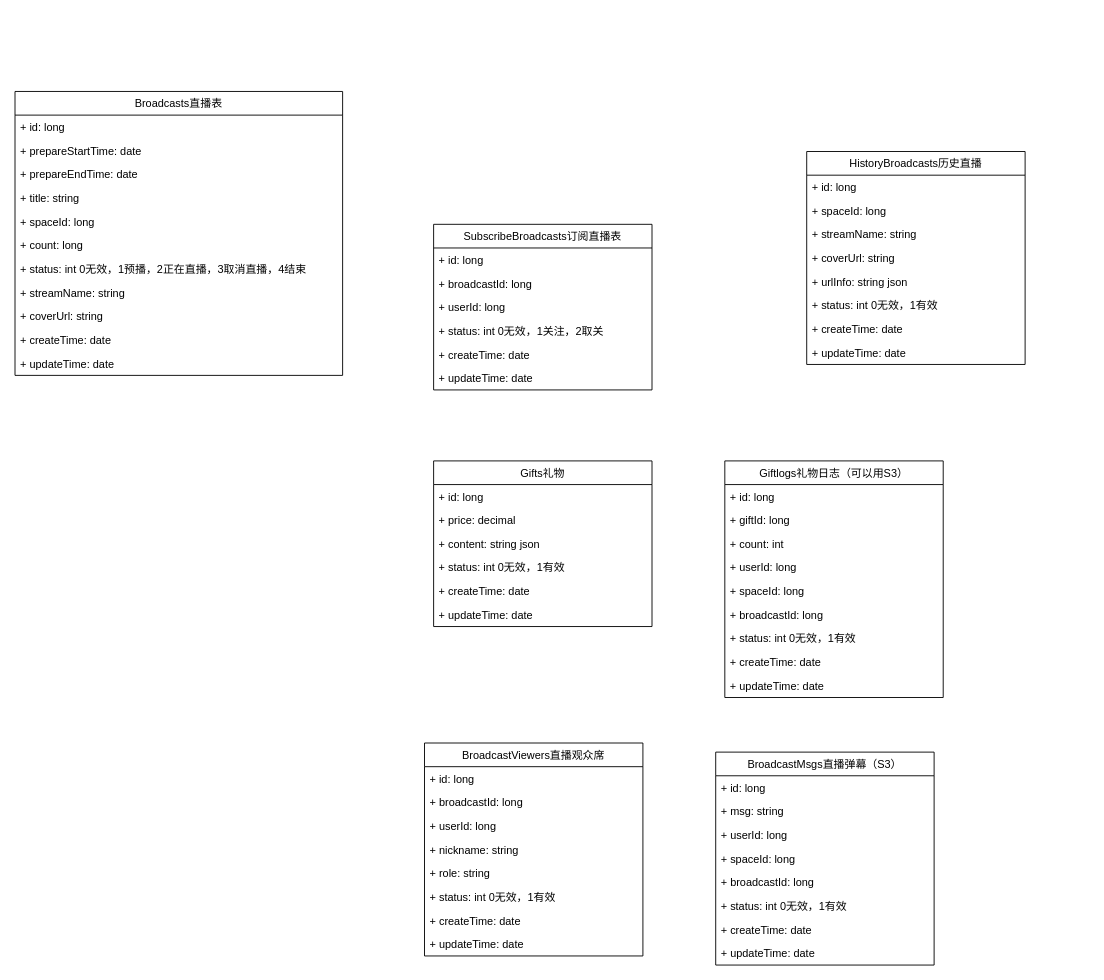
Before: 直播类图.drawio in qq584686739/draw, a draw.io diagram. Source tidied: cells renumbered, new cells numbered last; positions are measured from the earlier drawing's top-left corner, leaving out a move shared by most shapes. Both pictures are drawn from the tidied source at 91%, with x=0, y=0 at pixel (15, 91).
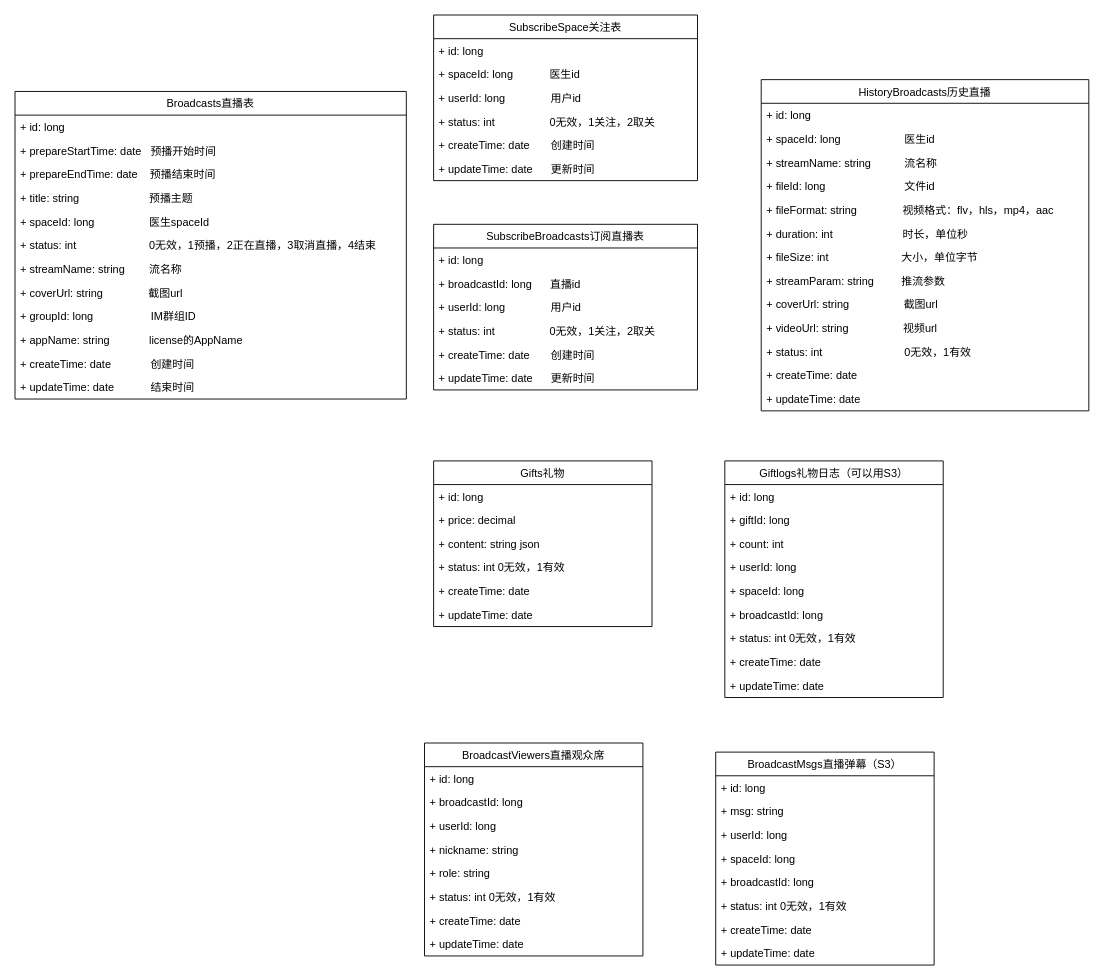
After the change.

What changed in the source:
```diff
@@
-    <mxCell id="2" value="HistoryBroadcasts历史直播" style="swimlane;fontStyle=0;horizontal=1;startSize=26;fillColor=none;" parent="1" vertex="1">
-      <mxGeometry x="870" y="66" width="240" height="234" as="geometry" />
-    </mxCell>
-    <mxCell id="3" value="+ id: long" style="text;strokeColor=none;fillColor=none;align=left;verticalAlign=top;spacingLeft=4;spacingRight=4;overflow=hidden;" parent="2" vertex="1">
-      <mxGeometry y="26" width="240" height="26" as="geometry" />
-    </mxCell>
-    <mxCell id="4" value="+ spaceId: long" style="text;strokeColor=none;fillColor=none;align=left;verticalAlign=top;spacingLeft=4;spacingRight=4;overflow=hidden;" parent="2" vertex="1">
-      <mxGeometry y="52" width="240" height="26" as="geometry" />
-    </mxCell>
-    <mxCell id="5" value="+ streamName: string" style="text;strokeColor=none;fillColor=none;align=left;verticalAlign=top;spacingLeft=4;spacingRight=4;overflow=hidden;" parent="2" vertex="1">
-      <mxGeometry y="78" width="240" height="26" as="geometry" />
-    </mxCell>
-    <mxCell id="6" value="+ coverUrl: string" style="text;strokeColor=none;fillColor=none;align=left;verticalAlign=top;spacingLeft=4;spacingRight=4;overflow=hidden;" parent="2" vertex="1">
-      <mxGeometry y="104" width="240" height="26" as="geometry" />
-    </mxCell>
-    <mxCell id="7" value="+ urlInfo: string json" style="text;strokeColor=none;fillColor=none;align=left;verticalAlign=top;spacingLeft=4;spacingRight=4;overflow=hidden;" parent="2" vertex="1">
-      <mxGeometry y="130" width="240" height="26" as="geometry" />
-    </mxCell>
-    <mxCell id="8" value="+ status: int 0无效，1有效" style="text;strokeColor=none;fillColor=none;align=left;verticalAlign=top;spacingLeft=4;spacingRight=4;overflow=hidden;" parent="2" vertex="1">
-      <mxGeometry y="156" width="240" height="26" as="geometry" />
-    </mxCell>
-    <mxCell id="9" value="+ createTime: date" style="text;strokeColor=none;fillColor=none;align=left;verticalAlign=top;spacingLeft=4;spacingRight=4;overflow=hidden;" parent="2" vertex="1">
-      <mxGeometry y="182" width="240" height="26" as="geometry" />
-    </mxCell>
-    <mxCell id="10" value="+ updateTime: date" style="text;strokeColor=none;fillColor=none;align=left;verticalAlign=top;spacingLeft=4;spacingRight=4;overflow=hidden;" parent="2" vertex="1">
-      <mxGeometry y="208" width="240" height="26" as="geometry" />
-    </mxCell>
     <mxCell id="11" value="Broadcasts直播表" style="swimlane;fontStyle=0;horizontal=1;startSize=26;fillColor=none;" parent="1" vertex="1">
-      <mxGeometry width="360" height="312" as="geometry" />
+      <mxGeometry width="430" height="338" as="geometry" />
     </mxCell>
     <mxCell id="12" value="+ id: long" style="text;strokeColor=none;fillColor=none;align=left;verticalAlign=top;spacingLeft=4;spacingRight=4;overflow=hidden;" parent="11" vertex="1">
-      <mxGeometry y="26" width="360" height="26" as="geometry" />
+      <mxGeometry y="26" width="430" height="26" as="geometry" />
     </mxCell>
-    <mxCell id="13" value="+ prepareStartTime: date" style="text;strokeColor=none;fillColor=none;align=left;verticalAlign=top;spacingLeft=4;spacingRight=4;overflow=hidden;" parent="11" vertex="1">
-      <mxGeometry y="52" width="360" height="26" as="geometry" />
+    <mxCell id="13" value="+ prepareStartTime: date   预播开始时间" style="text;strokeColor=none;fillColor=none;align=left;verticalAlign=top;spacingLeft=4;spacingRight=4;overflow=hidden;" parent="11" vertex="1">
+      <mxGeometry y="52" width="430" height="26" as="geometry" />
     </mxCell>
-    <mxCell id="14" value="+ prepareEndTime: date" style="text;strokeColor=none;fillColor=none;align=left;verticalAlign=top;spacingLeft=4;spacingRight=4;overflow=hidden;" parent="11" vertex="1">
-      <mxGeometry y="78" width="360" height="26" as="geometry" />
+    <mxCell id="14" value="+ prepareEndTime: date    预播结束时间" style="text;strokeColor=none;fillColor=none;align=left;verticalAlign=top;spacingLeft=4;spacingRight=4;overflow=hidden;" parent="11" vertex="1">
+      <mxGeometry y="78" width="430" height="26" as="geometry" />
     </mxCell>
-    <mxCell id="15" value="+ title: string" style="text;strokeColor=none;fillColor=none;align=left;verticalAlign=top;spacingLeft=4;spacingRight=4;overflow=hidden;" parent="11" vertex="1">
-      <mxGeometry y="104" width="360" height="26" as="geometry" />
+    <mxCell id="15" value="+ title: string                       预播主题" style="text;strokeColor=none;fillColor=none;align=left;verticalAlign=top;spacingLeft=4;spacingRight=4;overflow=hidden;" parent="11" vertex="1">
+      <mxGeometry y="104" width="430" height="26" as="geometry" />
     </mxCell>
-    <mxCell id="16" value="+ spaceId: long" style="text;strokeColor=none;fillColor=none;align=left;verticalAlign=top;spacingLeft=4;spacingRight=4;overflow=hidden;" parent="11" vertex="1">
-      <mxGeometry y="130" width="360" height="26" as="geometry" />
+    <mxCell id="16" value="+ spaceId: long                  医生spaceId" style="text;strokeColor=none;fillColor=none;align=left;verticalAlign=top;spacingLeft=4;spacingRight=4;overflow=hidden;" parent="11" vertex="1">
+      <mxGeometry y="130" width="430" height="26" as="geometry" />
     </mxCell>
-    <mxCell id="17" value="+ count: long" style="text;strokeColor=none;fillColor=none;align=left;verticalAlign=top;spacingLeft=4;spacingRight=4;overflow=hidden;" parent="11" vertex="1">
-      <mxGeometry y="156" width="360" height="26" as="geometry" />
-    </mxCell>
-    <mxCell id="18" value="+ status: int 0无效，1预播，2正在直播，3取消直播，4结束" style="text;strokeColor=none;fillColor=none;align=left;verticalAlign=top;spacingLeft=4;spacingRight=4;overflow=hidden;" parent="11" vertex="1">
-      <mxGeometry y="182" width="360" height="26" as="geometry" />
+    <mxCell id="18" value="+ status: int                        0无效，1预播，2正在直播，3取消直播，4结束" style="text;strokeColor=none;fillColor=none;align=left;verticalAlign=top;spacingLeft=4;spacingRight=4;overflow=hidden;" parent="11" vertex="1">
+      <mxGeometry y="156" width="430" height="26" as="geometry" />
     </mxCell>
-    <mxCell id="19" value="+ streamName: string" style="text;strokeColor=none;fillColor=none;align=left;verticalAlign=top;spacingLeft=4;spacingRight=4;overflow=hidden;" parent="11" vertex="1">
-      <mxGeometry y="208" width="360" height="26" as="geometry" />
+    <mxCell id="19" value="+ streamName: string        流名称" style="text;strokeColor=none;fillColor=none;align=left;verticalAlign=top;spacingLeft=4;spacingRight=4;overflow=hidden;" parent="11" vertex="1">
+      <mxGeometry y="182" width="430" height="26" as="geometry" />
     </mxCell>
-    <mxCell id="20" value="+ coverUrl: string" style="text;strokeColor=none;fillColor=none;align=left;verticalAlign=top;spacingLeft=4;spacingRight=4;overflow=hidden;" parent="11" vertex="1">
-      <mxGeometry y="234" width="360" height="26" as="geometry" />
-    </mxCell>
+    <mxCell id="65" value="+ coverUrl: string               截图url" style="text;strokeColor=none;fillColor=none;align=left;verticalAlign=top;spacingLeft=4;spacingRight=4;overflow=hidden;" parent="11" vertex="1">
+      <mxGeometry y="208" width="430" height="26" as="geometry" />
+    </mxCell>
+    <mxCell id="66" value="+ groupId: long                   IM群组ID" style="text;strokeColor=none;fillColor=none;align=left;verticalAlign=top;spacingLeft=4;spacingRight=4;overflow=hidden;" parent="11" vertex="1">
+      <mxGeometry y="234" width="430" height="26" as="geometry" />
+    </mxCell>
+    <mxCell id="67" value="+ appName: string             license的AppName" style="text;strokeColor=none;fillColor=none;align=left;verticalAlign=top;spacingLeft=4;spacingRight=4;overflow=hidden;" parent="11" vertex="1">
+      <mxGeometry y="260" width="430" height="26" as="geometry" />
+    </mxCell>
-    <mxCell id="21" value="+ createTime: date" style="text;strokeColor=none;fillColor=none;align=left;verticalAlign=top;spacingLeft=4;spacingRight=4;overflow=hidden;" parent="11" vertex="1">
-      <mxGeometry y="260" width="360" height="26" as="geometry" />
+    <mxCell id="21" value="+ createTime: date             创建时间" style="text;strokeColor=none;fillColor=none;align=left;verticalAlign=top;spacingLeft=4;spacingRight=4;overflow=hidden;" parent="11" vertex="1">
+      <mxGeometry y="286" width="430" height="26" as="geometry" />
     </mxCell>
-    <mxCell id="22" value="+ updateTime: date" style="text;strokeColor=none;fillColor=none;align=left;verticalAlign=top;spacingLeft=4;spacingRight=4;overflow=hidden;" parent="11" vertex="1">
-      <mxGeometry y="286" width="360" height="26" as="geometry" />
+    <mxCell id="22" value="+ updateTime: date            结束时间" style="text;strokeColor=none;fillColor=none;align=left;verticalAlign=top;spacingLeft=4;spacingRight=4;overflow=hidden;" parent="11" vertex="1">
+      <mxGeometry y="312" width="430" height="26" as="geometry" />
     </mxCell>
     <mxCell id="23" value="SubscribeBroadcasts订阅直播表" style="swimlane;fontStyle=0;horizontal=1;startSize=26;fillColor=none;" parent="1" vertex="1">
-      <mxGeometry x="460" y="146" width="240" height="182" as="geometry" />
+      <mxGeometry x="460" y="146" width="290" height="182" as="geometry" />
     </mxCell>
     <mxCell id="24" value="+ id: long" style="text;strokeColor=none;fillColor=none;align=left;verticalAlign=top;spacingLeft=4;spacingRight=4;overflow=hidden;" parent="23" vertex="1">
-      <mxGeometry y="26" width="240" height="26" as="geometry" />
+      <mxGeometry y="26" width="290" height="26" as="geometry" />
     </mxCell>
-    <mxCell id="25" value="+ broadcastId: long" style="text;strokeColor=none;fillColor=none;align=left;verticalAlign=top;spacingLeft=4;spacingRight=4;overflow=hidden;" parent="23" vertex="1">
-      <mxGeometry y="52" width="240" height="26" as="geometry" />
+    <mxCell id="25" value="+ broadcastId: long      直播id" style="text;strokeColor=none;fillColor=none;align=left;verticalAlign=top;spacingLeft=4;spacingRight=4;overflow=hidden;" parent="23" vertex="1">
+      <mxGeometry y="52" width="290" height="26" as="geometry" />
     </mxCell>
-    <mxCell id="26" value="+ userId: long" style="text;strokeColor=none;fillColor=none;align=left;verticalAlign=top;spacingLeft=4;spacingRight=4;overflow=hidden;" parent="23" vertex="1">
-      <mxGeometry y="78" width="240" height="26" as="geometry" />
+    <mxCell id="26" value="+ userId: long               用户id" style="text;strokeColor=none;fillColor=none;align=left;verticalAlign=top;spacingLeft=4;spacingRight=4;overflow=hidden;" parent="23" vertex="1">
+      <mxGeometry y="78" width="290" height="26" as="geometry" />
     </mxCell>
-    <mxCell id="27" value="+ status: int 0无效，1关注，2取关" style="text;strokeColor=none;fillColor=none;align=left;verticalAlign=top;spacingLeft=4;spacingRight=4;overflow=hidden;" parent="23" vertex="1">
-      <mxGeometry y="104" width="240" height="26" as="geometry" />
+    <mxCell id="27" value="+ status: int                  0无效，1关注，2取关" style="text;strokeColor=none;fillColor=none;align=left;verticalAlign=top;spacingLeft=4;spacingRight=4;overflow=hidden;" parent="23" vertex="1">
+      <mxGeometry y="104" width="290" height="26" as="geometry" />
     </mxCell>
-    <mxCell id="28" value="+ createTime: date" style="text;strokeColor=none;fillColor=none;align=left;verticalAlign=top;spacingLeft=4;spacingRight=4;overflow=hidden;" parent="23" vertex="1">
-      <mxGeometry y="130" width="240" height="26" as="geometry" />
+    <mxCell id="28" value="+ createTime: date       创建时间" style="text;strokeColor=none;fillColor=none;align=left;verticalAlign=top;spacingLeft=4;spacingRight=4;overflow=hidden;" parent="23" vertex="1">
+      <mxGeometry y="130" width="290" height="26" as="geometry" />
     </mxCell>
-    <mxCell id="29" value="+ updateTime: date" style="text;strokeColor=none;fillColor=none;align=left;verticalAlign=top;spacingLeft=4;spacingRight=4;overflow=hidden;" parent="23" vertex="1">
-      <mxGeometry y="156" width="240" height="26" as="geometry" />
+    <mxCell id="29" value="+ updateTime: date      更新时间" style="text;strokeColor=none;fillColor=none;align=left;verticalAlign=top;spacingLeft=4;spacingRight=4;overflow=hidden;" parent="23" vertex="1">
+      <mxGeometry y="156" width="290" height="26" as="geometry" />
     </mxCell>
@@
+    <mxCell id="68" value="SubscribeSpace关注表" style="swimlane;fontStyle=0;horizontal=1;startSize=26;fillColor=none;" parent="1" vertex="1">
+      <mxGeometry x="460" y="-84" width="290" height="182" as="geometry" />
+    </mxCell>
+    <mxCell id="69" value="+ id: long" style="text;strokeColor=none;fillColor=none;align=left;verticalAlign=top;spacingLeft=4;spacingRight=4;overflow=hidden;" parent="68" vertex="1">
+      <mxGeometry y="26" width="290" height="26" as="geometry" />
+    </mxCell>
+    <mxCell id="70" value="+ spaceId: long            医生id" style="text;strokeColor=none;fillColor=none;align=left;verticalAlign=top;spacingLeft=4;spacingRight=4;overflow=hidden;" parent="68" vertex="1">
+      <mxGeometry y="52" width="290" height="26" as="geometry" />
+    </mxCell>
+    <mxCell id="71" value="+ userId: long               用户id" style="text;strokeColor=none;fillColor=none;align=left;verticalAlign=top;spacingLeft=4;spacingRight=4;overflow=hidden;" parent="68" vertex="1">
+      <mxGeometry y="78" width="290" height="26" as="geometry" />
+    </mxCell>
+    <mxCell id="72" value="+ status: int                  0无效，1关注，2取关" style="text;strokeColor=none;fillColor=none;align=left;verticalAlign=top;spacingLeft=4;spacingRight=4;overflow=hidden;" parent="68" vertex="1">
+      <mxGeometry y="104" width="290" height="26" as="geometry" />
+    </mxCell>
+    <mxCell id="73" value="+ createTime: date       创建时间" style="text;strokeColor=none;fillColor=none;align=left;verticalAlign=top;spacingLeft=4;spacingRight=4;overflow=hidden;" parent="68" vertex="1">
+      <mxGeometry y="130" width="290" height="26" as="geometry" />
+    </mxCell>
+    <mxCell id="74" value="+ updateTime: date      更新时间" style="text;strokeColor=none;fillColor=none;align=left;verticalAlign=top;spacingLeft=4;spacingRight=4;overflow=hidden;" parent="68" vertex="1">
+      <mxGeometry y="156" width="290" height="26" as="geometry" />
+    </mxCell>
+    <mxCell id="2" value="HistoryBroadcasts历史直播" style="swimlane;fontStyle=0;horizontal=1;startSize=26;fillColor=none;" parent="1" vertex="1">
+      <mxGeometry x="820" y="-13" width="360" height="364" as="geometry" />
+    </mxCell>
+    <mxCell id="3" value="+ id: long" style="text;strokeColor=none;fillColor=none;align=left;verticalAlign=top;spacingLeft=4;spacingRight=4;overflow=hidden;" parent="2" vertex="1">
+      <mxGeometry y="26" width="360" height="26" as="geometry" />
+    </mxCell>
+    <mxCell id="4" value="+ spaceId: long                     医生id" style="text;strokeColor=none;fillColor=none;align=left;verticalAlign=top;spacingLeft=4;spacingRight=4;overflow=hidden;" parent="2" vertex="1">
+      <mxGeometry y="52" width="360" height="26" as="geometry" />
+    </mxCell>
+    <mxCell id="5" value="+ streamName: string           流名称" style="text;strokeColor=none;fillColor=none;align=left;verticalAlign=top;spacingLeft=4;spacingRight=4;overflow=hidden;" parent="2" vertex="1">
+      <mxGeometry y="78" width="360" height="26" as="geometry" />
+    </mxCell>
+    <mxCell id="75" value="+ fileId: long                          文件id" style="text;strokeColor=none;fillColor=none;align=left;verticalAlign=top;spacingLeft=4;spacingRight=4;overflow=hidden;" parent="2" vertex="1">
+      <mxGeometry y="104" width="360" height="26" as="geometry" />
+    </mxCell>
+    <mxCell id="76" value="+ fileFormat: string               视频格式：flv，hls，mp4，aac" style="text;strokeColor=none;fillColor=none;align=left;verticalAlign=top;spacingLeft=4;spacingRight=4;overflow=hidden;" parent="2" vertex="1">
+      <mxGeometry y="130" width="360" height="26" as="geometry" />
+    </mxCell>
+    <mxCell id="77" value="+ duration: int                       时长，单位秒           " style="text;strokeColor=none;fillColor=none;align=left;verticalAlign=top;spacingLeft=4;spacingRight=4;overflow=hidden;" parent="2" vertex="1">
+      <mxGeometry y="156" width="360" height="26" as="geometry" />
+    </mxCell>
+    <mxCell id="78" value="+ fileSize: int                        大小，单位字节           " style="text;strokeColor=none;fillColor=none;align=left;verticalAlign=top;spacingLeft=4;spacingRight=4;overflow=hidden;" parent="2" vertex="1">
+      <mxGeometry y="182" width="360" height="26" as="geometry" />
+    </mxCell>
+    <mxCell id="79" value="+ streamParam: string         推流参数           " style="text;strokeColor=none;fillColor=none;align=left;verticalAlign=top;spacingLeft=4;spacingRight=4;overflow=hidden;" parent="2" vertex="1">
+      <mxGeometry y="208" width="360" height="26" as="geometry" />
+    </mxCell>
+    <mxCell id="6" value="+ coverUrl: string                  截图url" style="text;strokeColor=none;fillColor=none;align=left;verticalAlign=top;spacingLeft=4;spacingRight=4;overflow=hidden;" parent="2" vertex="1">
+      <mxGeometry y="234" width="360" height="26" as="geometry" />
+    </mxCell>
+    <mxCell id="7" value="+ videoUrl: string                  视频url" style="text;strokeColor=none;fillColor=none;align=left;verticalAlign=top;spacingLeft=4;spacingRight=4;overflow=hidden;" parent="2" vertex="1">
+      <mxGeometry y="260" width="360" height="26" as="geometry" />
+    </mxCell>
+    <mxCell id="8" value="+ status: int                           0无效，1有效" style="text;strokeColor=none;fillColor=none;align=left;verticalAlign=top;spacingLeft=4;spacingRight=4;overflow=hidden;" parent="2" vertex="1">
+      <mxGeometry y="286" width="360" height="26" as="geometry" />
+    </mxCell>
+    <mxCell id="9" value="+ createTime: date" style="text;strokeColor=none;fillColor=none;align=left;verticalAlign=top;spacingLeft=4;spacingRight=4;overflow=hidden;" parent="2" vertex="1">
+      <mxGeometry y="312" width="360" height="26" as="geometry" />
+    </mxCell>
+    <mxCell id="10" value="+ updateTime: date" style="text;strokeColor=none;fillColor=none;align=left;verticalAlign=top;spacingLeft=4;spacingRight=4;overflow=hidden;" parent="2" vertex="1">
+      <mxGeometry y="338" width="360" height="26" as="geometry" />
+    </mxCell>
```
